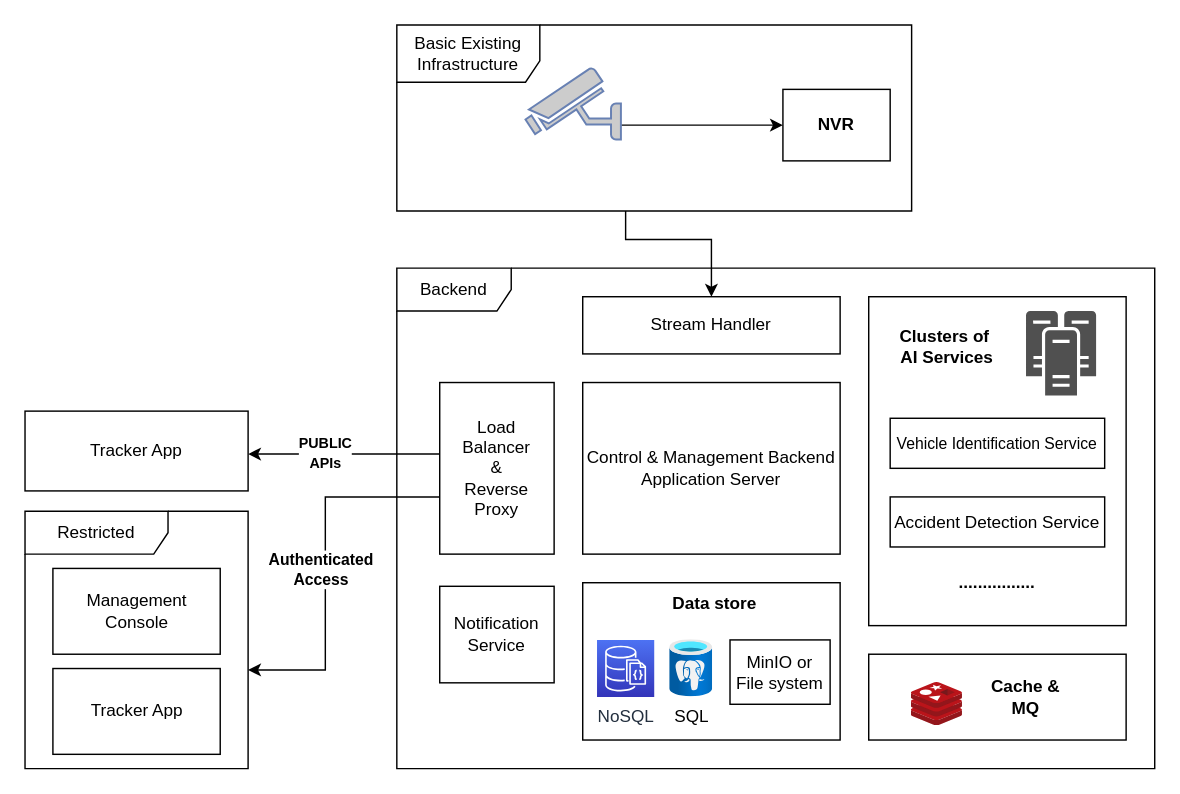
This is page "HighLevel Architecture" (1 of 2) of diagrams/architecture.drawio from Project-Dragon-Fly/Dragon-Fly-Slides, a draw.io file, before an edit. Source tidied: cells renumbered, new cells numbered last; positions are measured from the earlier drawing's top-left corner, leaving out a move shared by most shapes. Both pictures are drawn from the tidied source at 143%, with x=0, y=0 at pixel (24, 24).
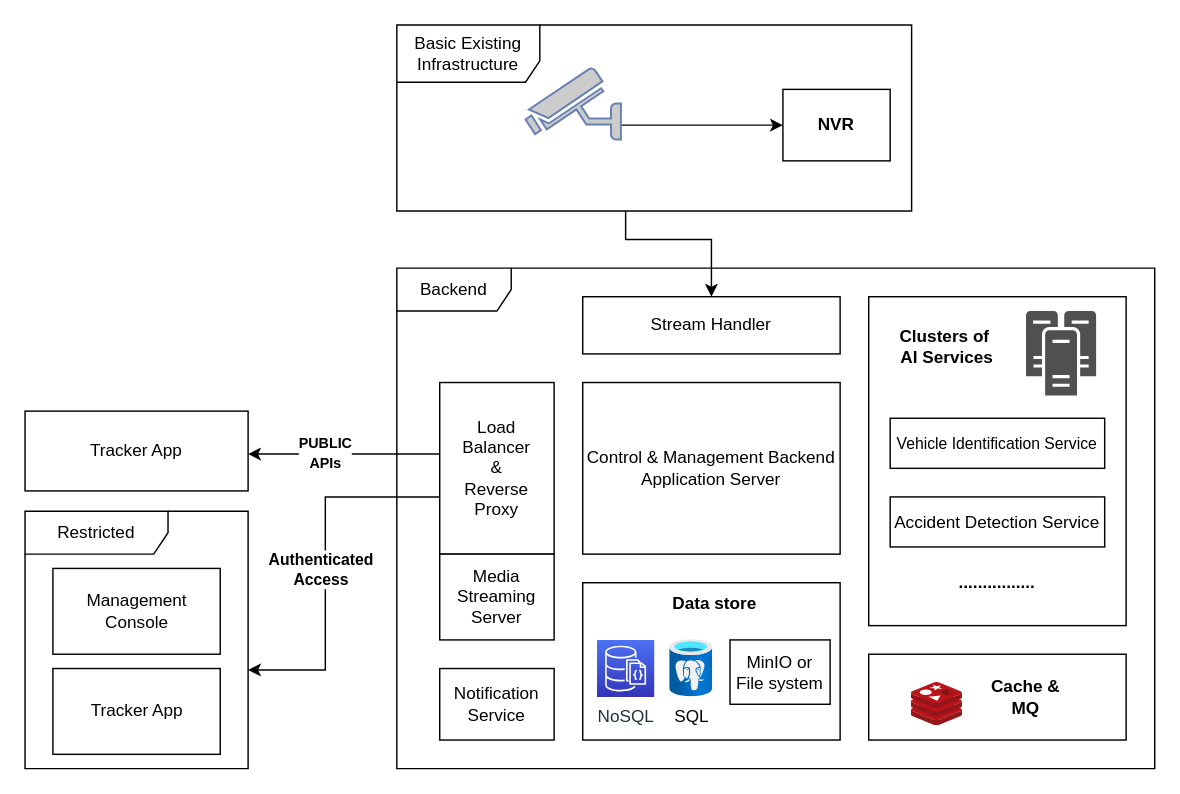
After the change.

Commit message (it also covers changes not shown here):
Added Media Streaming Server

The edit, as a diff of the source:
```diff
@@
     <mxCell id="24" value="Notification Service" style="rounded=0;whiteSpace=wrap;html=1;" parent="1" vertex="1">
-      <mxGeometry x="290" y="392.5" width="80" height="67.5" as="geometry" />
+      <mxGeometry x="290" y="450" width="80" height="50" as="geometry" />
     </mxCell>
@@
+    <mxCell id="39" value="Media Streaming Server" style="rounded=0;whiteSpace=wrap;html=1;" parent="1" vertex="1">
+      <mxGeometry x="290" y="370" width="80" height="60" as="geometry" />
+    </mxCell>
```
